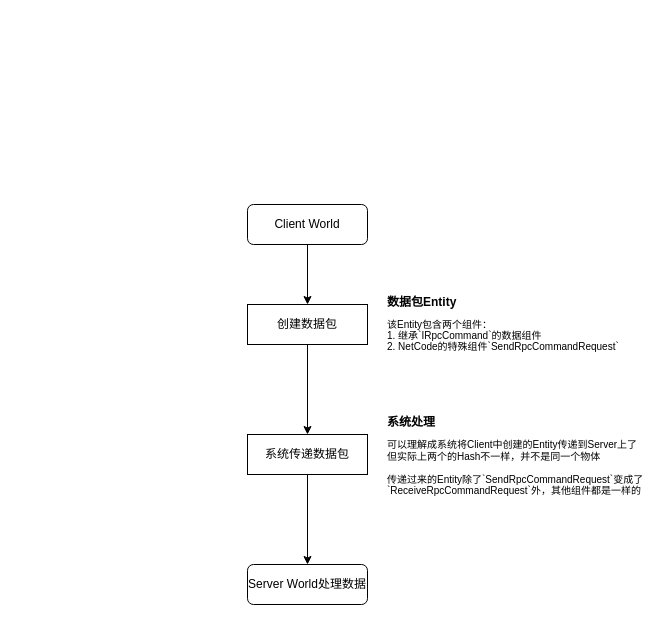
Above: source/images/unity/ECS框架学习笔记/数据传递流程.drawio in coffeeofnosugar/hexo (draw.io), before the change. Source tidied: cells renumbered, new cells numbered last; positions are measured from the earlier drawing's top-left corner, leaving out a move shared by most shapes. Both pictures are drawn from the tidied source at 100%, with x=0, y=0 at pixel (247, 204).
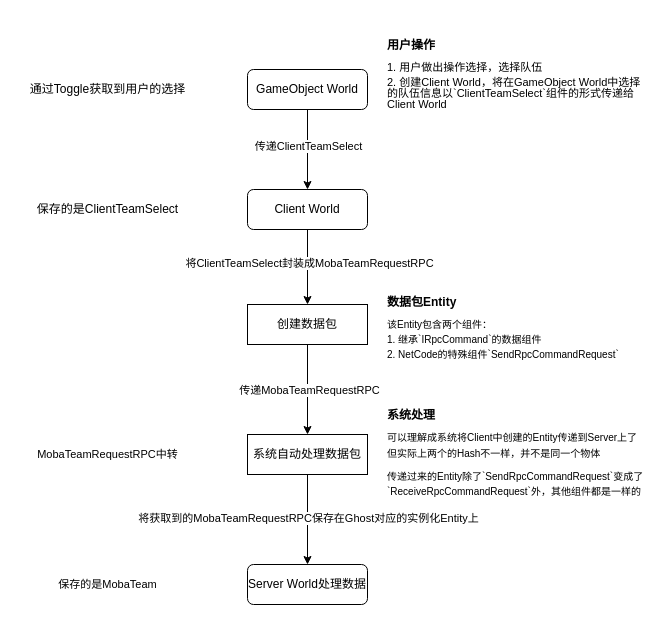
The same diagram, later.

Unchanged cells that the change refers to:
```xml
<mxCell id="2" style="edgeStyle=orthogonalEdgeStyle;rounded=0;jettySize=auto;html=1;" parent="1" edge="1" source="3" target="5">
  <mxGeometry relative="1" as="geometry" />
</mxCell>
<mxCell id="4" style="edgeStyle=orthogonalEdgeStyle;rounded=0;jettySize=auto;html=1;" parent="1" edge="1" source="5" target="8">
  <mxGeometry relative="1" as="geometry" />
</mxCell>
<mxCell id="7" style="edgeStyle=orthogonalEdgeStyle;rounded=0;jettySize=auto;html=1;" parent="1" edge="1" source="8" target="10">
  <mxGeometry relative="1" as="geometry" />
</mxCell>
```

The edit, as a diff of the source:
```diff
@@
+    <mxCell id="11" value="将ClientTeamSelect封装成MobaTeamRequestRPC" style="edgeLabel;html=1;align=center;verticalAlign=middle;" parent="2" vertex="1">
+      <mxGeometry x="-0.13" y="1" relative="1" as="geometry" />
+    </mxCell>
     <mxCell id="3" value="Client World" style="rounded=1;whiteSpace=wrap;html=1;fontSize=12;glass=0;strokeWidth=1;shadow=0;" parent="1" vertex="1">
-      <mxGeometry width="120" height="40" as="geometry" />
+      <mxGeometry y="-15" width="120" height="40" as="geometry" />
     </mxCell>
@@
+    <mxCell id="12" value="传递MobaTeamRequestRPC" style="edgeLabel;html=1;align=center;verticalAlign=middle;" parent="4" vertex="1">
+      <mxGeometry y="1" relative="1" as="geometry" />
+    </mxCell>
@@
-    <mxCell id="6" value="&lt;p style=&quot;line-height: 100%;&quot;&gt;&lt;/p&gt;&lt;h1 style=&quot;margin-top: 0px; line-height: 100%; margin-bottom: 5px;&quot;&gt;&lt;font style=&quot;font-size: 12px;&quot;&gt;数据包Entity&lt;/font&gt;&lt;/h1&gt;&lt;p style=&quot;line-height: 100%; font-size: 11px; margin-top: 0px; margin-bottom: 0px;&quot;&gt;&lt;font style=&quot;font-size: 10px;&quot;&gt;该Entity包含两个组件：&lt;/font&gt;&lt;/p&gt;&lt;p style=&quot;line-height: 100%; font-size: 11px; margin-top: 0px; margin-bottom: 0px;&quot;&gt;&lt;font style=&quot;font-size: 10px;&quot;&gt;1. 继承`IRpcCommand`的数据组件&lt;/font&gt;&lt;/p&gt;&lt;p style=&quot;line-height: 100%; font-size: 11px; margin-top: 0px; margin-bottom: 0px;&quot;&gt;&lt;font style=&quot;font-size: 10px;&quot;&gt;2. NetCode的特殊组件`SendRpcCommandRequest`&lt;/font&gt;&lt;/p&gt;&lt;p&gt;&lt;/p&gt;" style="text;html=1;whiteSpace=wrap;overflow=hidden;rounded=0;spacing=0;verticalAlign=top;horizontal=1;spacingTop=-20;" parent="1" vertex="1">
+    <mxCell id="6" value="&lt;p style=&quot;line-height: 100%;&quot;&gt;&lt;/p&gt;&lt;h1 style=&quot;margin-top: 0px; line-height: 100%; margin-bottom: 5px;&quot;&gt;&lt;font style=&quot;font-size: 12px;&quot;&gt;数据包Entity&lt;/font&gt;&lt;/h1&gt;&lt;p style=&quot;line-height: 100%; font-size: 11px; margin-top: 4px; margin-bottom: 4px;&quot;&gt;&lt;font style=&quot;font-size: 10px;&quot;&gt;该Entity包含两个组件：&lt;/font&gt;&lt;/p&gt;&lt;p style=&quot;line-height: 100%; font-size: 11px; margin-top: 4px; margin-bottom: 4px; margin-right: 0px;&quot;&gt;&lt;font style=&quot;font-size: 10px;&quot;&gt;1. 继承`IRpcCommand`的数据组件&lt;/font&gt;&lt;/p&gt;&lt;p style=&quot;line-height: 100%; font-size: 11px; margin-top: 4px; margin-bottom: 4px;&quot;&gt;&lt;font style=&quot;font-size: 10px;&quot;&gt;2. NetCode的特殊组件`SendRpcCommandRequest`&lt;/font&gt;&lt;/p&gt;&lt;p&gt;&lt;/p&gt;" style="text;html=1;whiteSpace=wrap;overflow=hidden;rounded=0;spacing=0;verticalAlign=top;horizontal=1;spacingTop=-20;" parent="1" vertex="1">
       <mxGeometry x="140" y="85" width="260" height="70" as="geometry" />
     </mxCell>
@@
+    <mxCell id="13" value="将获取到的MobaTeamRequestRPC保存在Ghost对应的实例化Entity上" style="edgeLabel;html=1;align=center;verticalAlign=middle;" parent="7" vertex="1">
+      <mxGeometry x="-0.04" relative="1" as="geometry" />
+    </mxCell>
-    <mxCell id="8" value="系统传递数据包" style="rounded=0;whiteSpace=wrap;html=1;verticalAlign=middle;" parent="1" vertex="1">
+    <mxCell id="8" value="系统自动处理数据包" style="rounded=0;whiteSpace=wrap;html=1;verticalAlign=middle;" parent="1" vertex="1">
       <mxGeometry y="230" width="120" height="40" as="geometry" />
     </mxCell>
-    <mxCell id="9" value="&lt;p style=&quot;line-height: 100%;&quot;&gt;&lt;/p&gt;&lt;h1 style=&quot;margin-top: 0px; line-height: 100%; margin-bottom: 5px;&quot;&gt;&lt;font style=&quot;font-size: 12px;&quot;&gt;系统处理&lt;/font&gt;&lt;/h1&gt;&lt;p style=&quot;line-height: 100%; font-size: 11px; margin-top: 0px; margin-bottom: 0px;&quot;&gt;&lt;font style=&quot;font-size: 10px;&quot;&gt;可以理解成系统将Client中创建的Entity传递到Server上了&lt;/font&gt;&lt;/p&gt;&lt;p style=&quot;line-height: 100%; margin-top: 0px; margin-bottom: 0px;&quot;&gt;&lt;span style=&quot;font-size: 10px;&quot;&gt;但实际上两个的Hash不一样，&lt;/span&gt;&lt;span style=&quot;font-size: 10px; background-color: initial;&quot;&gt;并不是同一个物体&lt;/span&gt;&lt;br&gt;&lt;/p&gt;&lt;p style=&quot;line-height: 100%; font-size: 11px; margin-top: 0px; margin-bottom: 0px;&quot;&gt;&lt;font style=&quot;font-size: 10px;&quot;&gt;&lt;br&gt;&lt;/font&gt;&lt;/p&gt;&lt;p style=&quot;line-height: 100%; font-size: 11px; margin-top: 0px; margin-bottom: 0px;&quot;&gt;&lt;font style=&quot;font-size: 10px;&quot;&gt;传递过来的Entity除了`SendRpcCommandRequest`变成了&lt;/font&gt;&lt;/p&gt;&lt;p style=&quot;line-height: 100%; font-size: 11px; margin-top: 0px; margin-bottom: 0px;&quot;&gt;&lt;font style=&quot;font-size: 10px;&quot;&gt;`ReceiveRpcCommandRequest`外，其他组件都是一样的&lt;/font&gt;&lt;/p&gt;&lt;p&gt;&lt;/p&gt;" style="text;html=1;whiteSpace=wrap;overflow=hidden;rounded=0;spacing=0;verticalAlign=top;horizontal=1;spacingTop=-20;" parent="1" vertex="1">
-      <mxGeometry x="140" y="205" width="260" height="105" as="geometry" />
+    <mxCell id="9" value="&lt;p style=&quot;line-height: 100%;&quot;&gt;&lt;/p&gt;&lt;h1 style=&quot;margin-top: 0px; line-height: 100%; margin-bottom: 5px;&quot;&gt;&lt;font style=&quot;font-size: 12px;&quot;&gt;系统处理&lt;/font&gt;&lt;/h1&gt;&lt;p style=&quot;line-height: 100%; font-size: 11px; margin-top: 4px; margin-bottom: 4px;&quot;&gt;&lt;font style=&quot;font-size: 10px;&quot;&gt;可以理解成系统将Client中创建的Entity传递到Server上了&lt;/font&gt;&lt;/p&gt;&lt;p style=&quot;line-height: 100%; margin-top: 0px; margin-bottom: 0px;&quot;&gt;&lt;span style=&quot;font-size: 10px;&quot;&gt;但实际上两个的Hash不一样，&lt;/span&gt;&lt;span style=&quot;font-size: 10px; background-color: initial;&quot;&gt;并不是同一个物体&lt;/span&gt;&lt;br&gt;&lt;/p&gt;&lt;p style=&quot;line-height: 100%; font-size: 11px; margin-top: 0px; margin-bottom: 0px;&quot;&gt;&lt;font style=&quot;font-size: 10px;&quot;&gt;&lt;br&gt;&lt;/font&gt;&lt;/p&gt;&lt;p style=&quot;line-height: 100%; font-size: 11px; margin-top: 0px; margin-bottom: 0px;&quot;&gt;&lt;font style=&quot;font-size: 10px;&quot;&gt;传递过来的Entity除了`SendRpcCommandRequest`变成了&lt;/font&gt;&lt;/p&gt;&lt;p style=&quot;line-height: 100%; font-size: 11px; margin-top: 4px; margin-bottom: 4px;&quot;&gt;&lt;font style=&quot;font-size: 10px;&quot;&gt;`ReceiveRpcCommandRequest`外，其他组件都是一样的&lt;/font&gt;&lt;/p&gt;&lt;p&gt;&lt;/p&gt;" style="text;html=1;whiteSpace=wrap;overflow=hidden;rounded=0;spacing=0;verticalAlign=top;horizontal=1;spacingTop=-20;" parent="1" vertex="1">
+      <mxGeometry x="140" y="197.5" width="260" height="105" as="geometry" />
     </mxCell>
@@
+    <mxCell id="14" style="edgeStyle=orthogonalEdgeStyle;rounded=0;jettySize=auto;html=1;" parent="1" edge="1" source="16" target="3">
+      <mxGeometry relative="1" as="geometry" />
+    </mxCell>
+    <mxCell id="15" value="传递ClientTeamSelect" style="edgeLabel;html=1;align=center;verticalAlign=middle;" parent="14" vertex="1">
+      <mxGeometry x="-0.1" relative="1" as="geometry" />
+    </mxCell>
+    <mxCell id="16" value="GameObject World" style="rounded=1;whiteSpace=wrap;html=1;fontSize=12;glass=0;strokeWidth=1;shadow=0;" parent="1" vertex="1">
+      <mxGeometry y="-135" width="120" height="40" as="geometry" />
+    </mxCell>
+    <mxCell id="17" value="&lt;p style=&quot;line-height: 100%;&quot;&gt;&lt;/p&gt;&lt;h1 style=&quot;margin-top: 0px; line-height: 100%; margin-bottom: 5px;&quot;&gt;&lt;font style=&quot;font-size: 12px;&quot;&gt;用户操作&lt;/font&gt;&lt;/h1&gt;&lt;p style=&quot;line-height: 100%; font-size: 11px; margin: 4px 0px;&quot;&gt;1. 用户做出操作选择，选择队伍&lt;/p&gt;&lt;p style=&quot;line-height: 100%; font-size: 11px; margin-top: 4px; margin-bottom: 4px;&quot;&gt;2. 创建Client World，将在GameObject World中选择的队伍信息以`ClientTeamSelect`组件的形式传递给Client World&lt;/p&gt;&lt;p&gt;&lt;/p&gt;" style="text;html=1;whiteSpace=wrap;overflow=hidden;rounded=0;spacing=0;verticalAlign=top;horizontal=1;spacingTop=-20;" parent="1" vertex="1">
+      <mxGeometry x="140" y="-172.5" width="260" height="115" as="geometry" />
+    </mxCell>
+    <mxCell id="18" value="保存的是ClientTeamSelect" style="text;html=1;align=center;verticalAlign=middle;strokeColor=none;fillColor=none;" parent="1" vertex="1">
+      <mxGeometry x="-220" y="-10" width="160" height="30" as="geometry" />
+    </mxCell>
+    <mxCell id="19" value="通过Toggle获取到用户的选择" style="text;html=1;align=center;verticalAlign=middle;strokeColor=none;fillColor=none;" parent="1" vertex="1">
+      <mxGeometry x="-230" y="-130" width="180" height="30" as="geometry" />
+    </mxCell>
+    <mxCell id="20" value="&lt;span style=&quot;font-size: 11px; background-color: rgb(255, 255, 255);&quot;&gt;MobaTeamRequestRPC中转&lt;/span&gt;" style="text;html=1;align=center;verticalAlign=middle;strokeColor=none;fillColor=none;" parent="1" vertex="1">
+      <mxGeometry x="-220" y="235" width="160" height="30" as="geometry" />
+    </mxCell>
+    <mxCell id="21" value="&lt;span style=&quot;font-size: 11px; background-color: rgb(255, 255, 255);&quot;&gt;保存的是MobaTeam&lt;/span&gt;" style="text;html=1;align=center;verticalAlign=middle;strokeColor=none;fillColor=none;" parent="1" vertex="1">
+      <mxGeometry x="-200" y="365" width="120" height="30" as="geometry" />
+    </mxCell>
```
